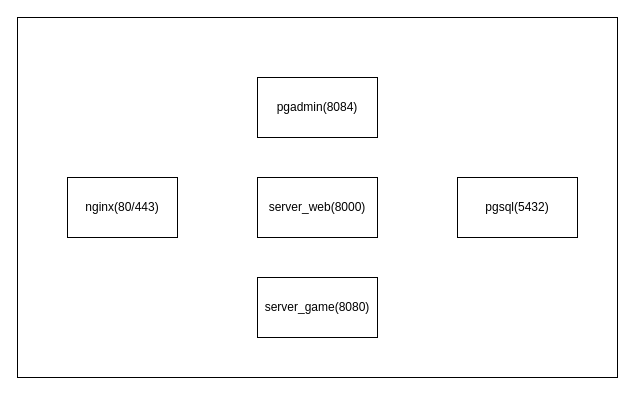
Before: docs/deploy.drawio in xujintao/balgass, a draw.io diagram. Source tidied: cells renumbered, new cells numbered last; positions are measured from the earlier drawing's top-left corner, leaving out a move shared by most shapes. Both pictures are drawn from the tidied source at 100%, with x=0, y=0 at pixel (17, 17).
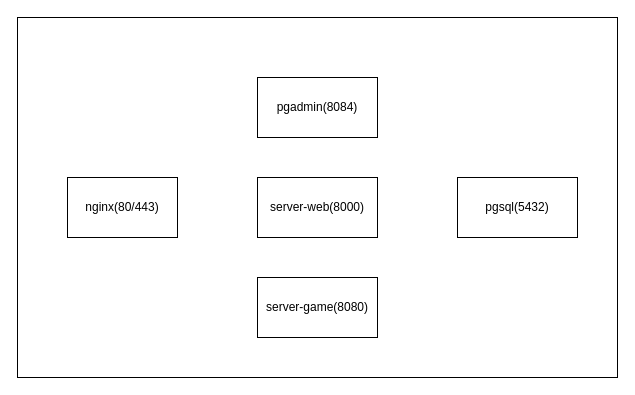
The same diagram, later.

Change to the diagram source:
```diff
@@
 <mxGraphModel>
   <root>
     <mxCell id="0" />
     <mxCell id="1" parent="0" />
     <mxCell id="2" style="rounded=0;whiteSpace=wrap;html=1;" parent="1" vertex="1">
       <mxGeometry width="600" height="360" as="geometry" />
     </mxCell>
     <mxCell id="3" value="nginx(80/443)" style="rounded=0;whiteSpace=wrap;html=1;" parent="1" vertex="1">
       <mxGeometry x="50" y="160" width="110" height="60" as="geometry" />
     </mxCell>
-    <mxCell id="4" value="server_web(8000)" style="rounded=0;whiteSpace=wrap;html=1;" parent="1" vertex="1">
+    <mxCell id="4" value="server-web(8000)" style="rounded=0;whiteSpace=wrap;html=1;" parent="1" vertex="1">
       <mxGeometry x="240" y="160" width="120" height="60" as="geometry" />
     </mxCell>
-    <mxCell id="5" value="server_game(8080)" style="rounded=0;whiteSpace=wrap;html=1;" parent="1" vertex="1">
+    <mxCell id="5" value="server-game(8080)" style="rounded=0;whiteSpace=wrap;html=1;" parent="1" vertex="1">
       <mxGeometry x="240" y="260" width="120" height="60" as="geometry" />
     </mxCell>
     <mxCell id="6" value="pgadmin(8084)" style="rounded=0;whiteSpace=wrap;html=1;" parent="1" vertex="1">
       <mxGeometry x="240" y="60" width="120" height="60" as="geometry" />
     </mxCell>
     <mxCell id="7" value="pgsql(5432)" style="rounded=0;whiteSpace=wrap;html=1;" parent="1" vertex="1">
       <mxGeometry x="440" y="160" width="120" height="60" as="geometry" />
     </mxCell>
   </root>
 </mxGraphModel>
```
